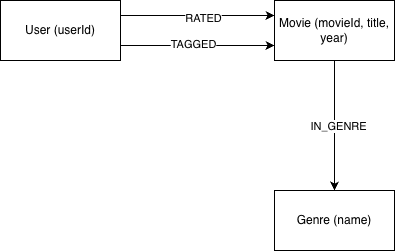
The draw.io diagram docs/graph_schema.png in tiphaaane/movie-recommender-graphdb, before a commit. Source tidied: cells renumbered, new cells last; positions are measured from the earlier drawing's top-left corner, leaving out a move shared by most shapes. Source of this version:
```xml
<mxGraphModel>
  <root>
    <mxCell id="0" />
    <mxCell id="1" parent="0" />
    <mxCell id="2" value="Genre (name)" style="rounded=0;whiteSpace=wrap;html=1;" parent="1" vertex="1">
      <mxGeometry x="274" y="190" width="120" height="60" as="geometry" />
    </mxCell>
    <mxCell id="3" value="Movie (movieId, title, year)" style="rounded=0;whiteSpace=wrap;html=1;" parent="1" vertex="1">
      <mxGeometry x="274" width="120" height="60" as="geometry" />
    </mxCell>
    <mxCell id="4" value="User (userId)" style="rounded=0;whiteSpace=wrap;html=1;" parent="1" vertex="1">
      <mxGeometry width="120" height="60" as="geometry" />
    </mxCell>
    <mxCell id="5" style="endArrow=classic;html=1;rounded=0;defaultLabelBackgroundColor=gap;exitX=1;exitY=0.25;exitDx=0;exitDy=0;entryX=0;entryY=0.25;entryDx=0;entryDy=0;" parent="1" edge="1" source="4" target="3">
      <mxGeometry relative="1" as="geometry" />
    </mxCell>
    <mxCell id="6" value="RATED" style="edgeLabel;html=1;align=center;verticalAlign=middle;defaultLabelBackgroundColor=gap;" parent="5" vertex="1">
      <mxGeometry x="0.07" y="-2" relative="1" as="geometry" />
    </mxCell>
    <mxCell id="7" style="endArrow=classic;html=1;rounded=0;defaultLabelBackgroundColor=gap;exitX=1;exitY=0.75;exitDx=0;exitDy=0;entryX=0;entryY=0.75;entryDx=0;entryDy=0;" parent="1" edge="1" source="4" target="3">
      <mxGeometry relative="1" as="geometry" />
    </mxCell>
    <mxCell id="8" value="TAGGED" style="edgeLabel;html=1;align=center;verticalAlign=middle;defaultLabelBackgroundColor=gap;" parent="7" vertex="1">
      <mxGeometry x="-0.07" y="2" relative="1" as="geometry" />
    </mxCell>
    <mxCell id="9" style="endArrow=classic;html=1;rounded=0;defaultLabelBackgroundColor=gap;entryX=0.5;entryY=0;entryDx=0;entryDy=0;" parent="1" edge="1" source="3" target="2">
      <mxGeometry relative="1" as="geometry" />
    </mxCell>
    <mxCell id="10" value="IN_GENRE" style="edgeLabel;html=1;align=center;verticalAlign=middle;defaultLabelBackgroundColor=gap;" parent="9" vertex="1">
      <mxGeometry y="3" relative="1" as="geometry" />
    </mxCell>
  </root>
</mxGraphModel>
```
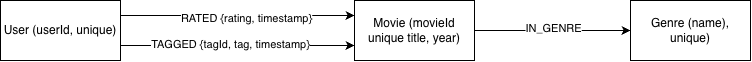
The same diagram one commit later.

Commit message:
docs: add graph schema diagram and query profiling screenshots

The edit, as a diff of the source:
```diff
@@ -2,28 +2,28 @@
   <root>
     <mxCell id="0" />
     <mxCell id="1" parent="0" />
-    <mxCell id="2" value="Genre (name)" style="rounded=0;whiteSpace=wrap;html=1;" parent="1" vertex="1">
-      <mxGeometry x="274" y="190" width="120" height="60" as="geometry" />
+    <mxCell id="2" value="Genre (name), unique)" style="rounded=0;whiteSpace=wrap;html=1;" parent="1" vertex="1">
+      <mxGeometry x="550" width="120" height="60" as="geometry" />
     </mxCell>
-    <mxCell id="3" value="Movie (movieId, title, year)" style="rounded=0;whiteSpace=wrap;html=1;" parent="1" vertex="1">
+    <mxCell id="3" value="Movie (movieId unique title, year)" style="rounded=0;whiteSpace=wrap;html=1;" parent="1" vertex="1">
       <mxGeometry x="274" width="120" height="60" as="geometry" />
     </mxCell>
-    <mxCell id="4" value="User (userId)" style="rounded=0;whiteSpace=wrap;html=1;" parent="1" vertex="1">
-      <mxGeometry width="120" height="60" as="geometry" />
+    <mxCell id="4" value="User (userId, unique)" style="rounded=0;whiteSpace=wrap;html=1;" parent="1" vertex="1">
+      <mxGeometry x="-80" width="120" height="60" as="geometry" />
     </mxCell>
     <mxCell id="5" style="endArrow=classic;html=1;rounded=0;defaultLabelBackgroundColor=gap;exitX=1;exitY=0.25;exitDx=0;exitDy=0;entryX=0;entryY=0.25;entryDx=0;entryDy=0;" parent="1" edge="1" source="4" target="3">
       <mxGeometry relative="1" as="geometry" />
     </mxCell>
-    <mxCell id="6" value="RATED" style="edgeLabel;html=1;align=center;verticalAlign=middle;defaultLabelBackgroundColor=gap;" parent="5" vertex="1">
+    <mxCell id="6" value="&lt;div&gt;&lt;span style=&quot;background-color: transparent; color: light-dark(#000000, var(--ge-light-color, #ffffff));&quot;&gt;RATED {rating, timestamp}&lt;/span&gt;&lt;/div&gt;" style="edgeLabel;html=1;align=center;verticalAlign=middle;defaultLabelBackgroundColor=gap;" parent="5" vertex="1">
       <mxGeometry x="0.07" y="-2" relative="1" as="geometry" />
     </mxCell>
     <mxCell id="7" style="endArrow=classic;html=1;rounded=0;defaultLabelBackgroundColor=gap;exitX=1;exitY=0.75;exitDx=0;exitDy=0;entryX=0;entryY=0.75;entryDx=0;entryDy=0;" parent="1" edge="1" source="4" target="3">
       <mxGeometry relative="1" as="geometry" />
     </mxCell>
-    <mxCell id="8" value="TAGGED" style="edgeLabel;html=1;align=center;verticalAlign=middle;defaultLabelBackgroundColor=gap;" parent="7" vertex="1">
+    <mxCell id="8" value="TAGGED {tagId, tag, timestamp}" style="edgeLabel;html=1;align=center;verticalAlign=middle;defaultLabelBackgroundColor=gap;" parent="7" vertex="1">
       <mxGeometry x="-0.07" y="2" relative="1" as="geometry" />
     </mxCell>
-    <mxCell id="9" style="endArrow=classic;html=1;rounded=0;defaultLabelBackgroundColor=gap;entryX=0.5;entryY=0;entryDx=0;entryDy=0;" parent="1" edge="1" source="3" target="2">
+    <mxCell id="9" style="endArrow=classic;html=1;rounded=0;defaultLabelBackgroundColor=gap;entryX=0;entryY=0.5;entryDx=0;entryDy=0;" parent="1" edge="1" source="3" target="2">
       <mxGeometry relative="1" as="geometry" />
     </mxCell>
     <mxCell id="10" value="IN_GENRE" style="edgeLabel;html=1;align=center;verticalAlign=middle;defaultLabelBackgroundColor=gap;" parent="9" vertex="1">
```
